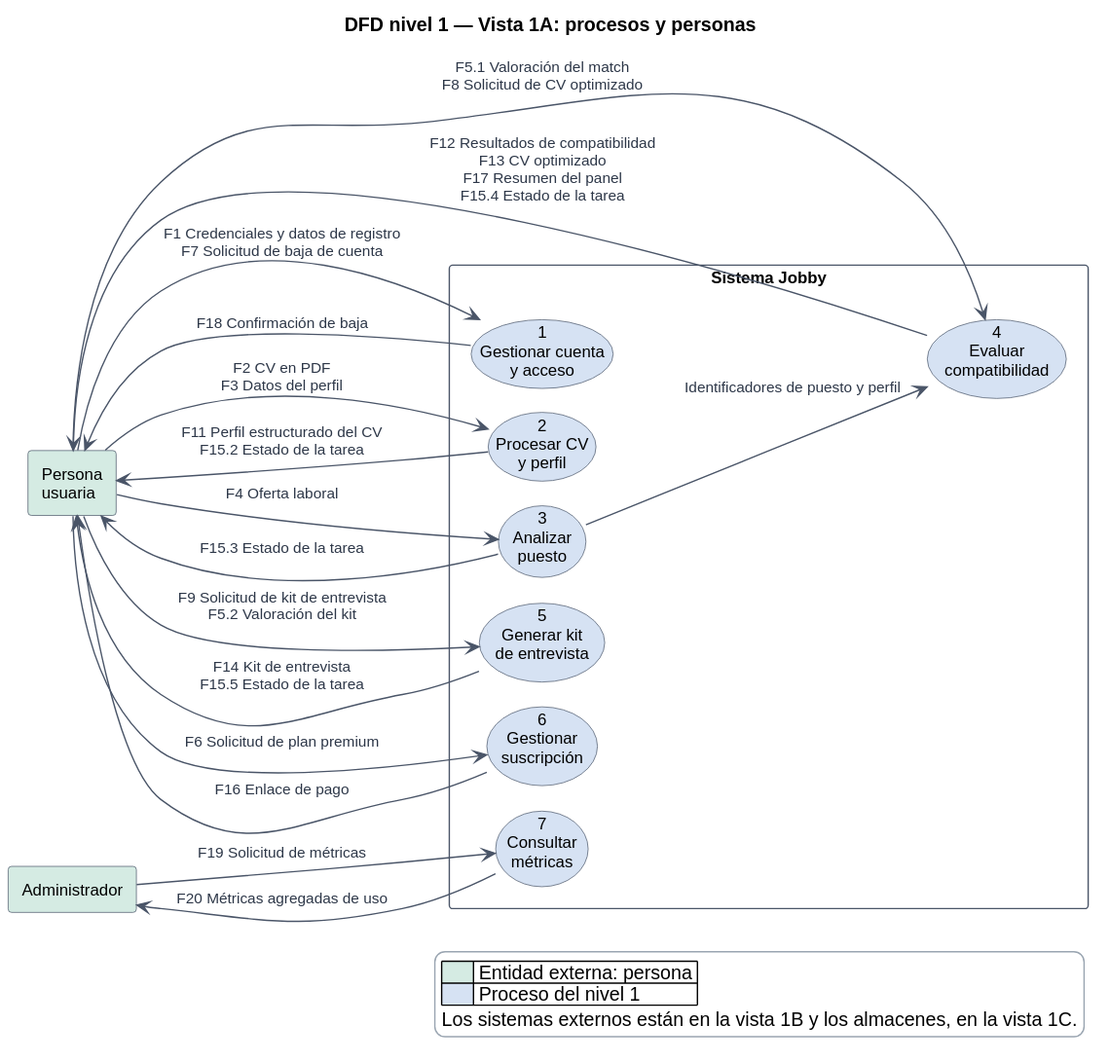
Earlier version of the PlantUML export docs/diagramas/dfd-nivel-1-vista-a.svg (Buatishi/Jobby).
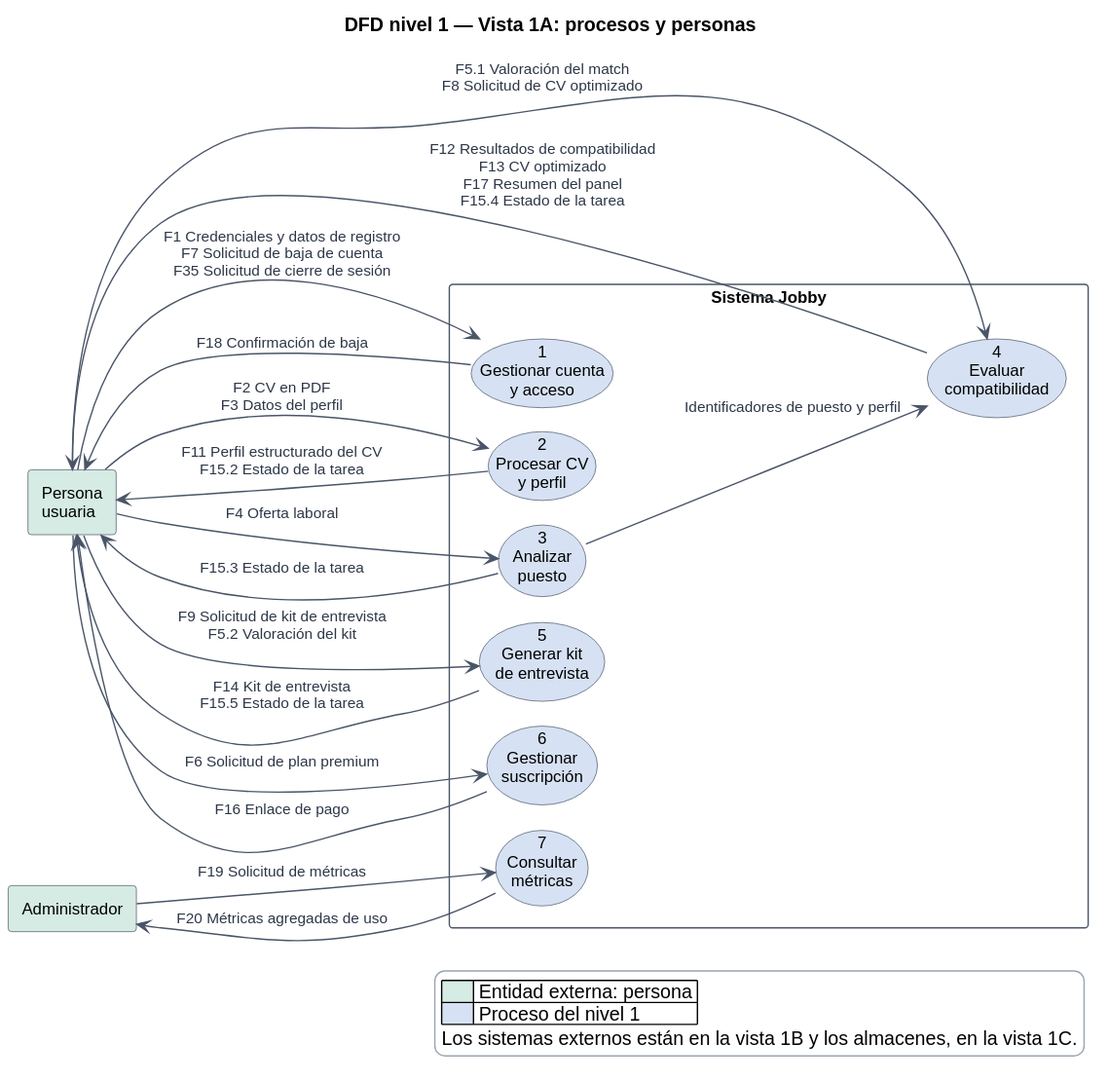
After the change.

Change to the diagram source:
```diff
@@ -27,7 +27,7 @@
   usecase "7\nConsultar\nmétricas" as P7 #D6E2F3
 }
 
-U --> P1 : F1 Credenciales y datos de registro\nF7 Solicitud de baja de cuenta
+U --> P1 : F1 Credenciales y datos de registro\nF7 Solicitud de baja de cuenta\nF35 Solicitud de cierre de sesión
 U <-- P1 : F18 Confirmación de baja
 U --> P2 : F2 CV en PDF\nF3 Datos del perfil
 U <-- P2 : F11 Perfil estructurado del CV\nF15.2 Estado de la tarea
```
